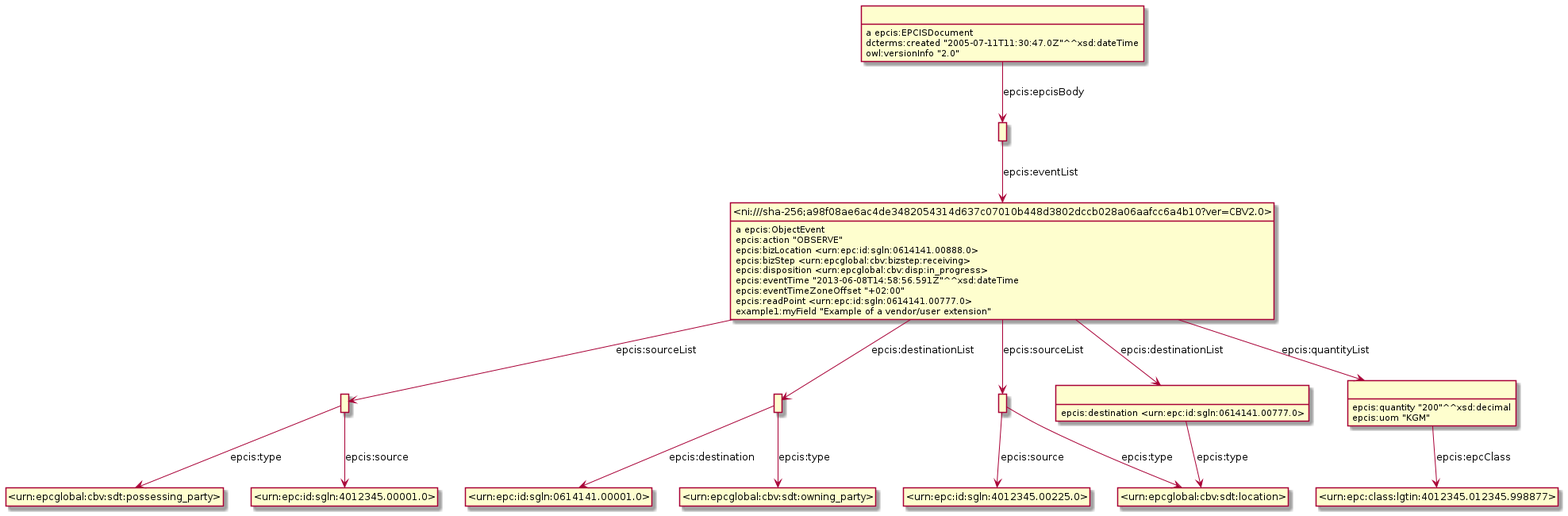
Above: Diagrams/Example_9.6.2-ObjectEvent.png in gs1/EPCIS (PlantUML), before the change.
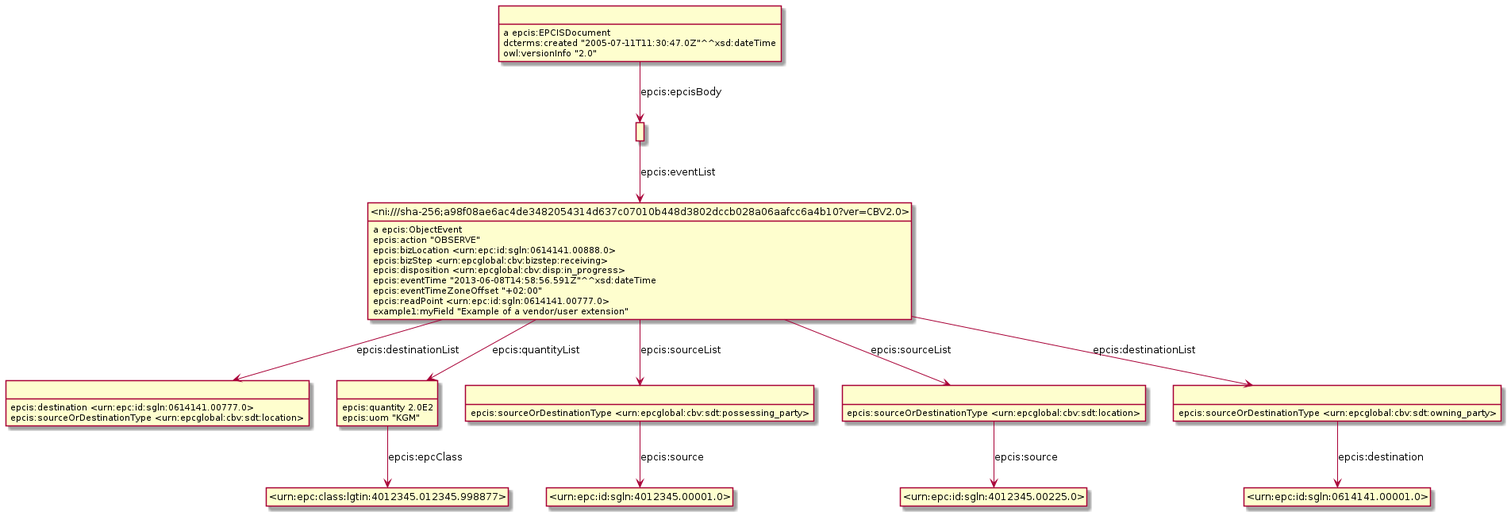
The same file after the commit.

What changed in the source:
```diff
@@ -3,32 +3,32 @@
 hide empty attributes
 hide circle
 skinparam classAttributeIconSize 0
-class _r1623307979r4_ as " "
-class _urn_epcglobal_cbv_sdt_possessing_party_ as "<urn:epcglobal:cbv:sdt:possessing_party>"
-_r1623307979r4_ -down-> _urn_epcglobal_cbv_sdt_possessing_party_ : epcis:type
+class _r1623934079r0_ as " "
+_r1623934079r0_ : epcis:destination <urn:epc:id:sgln:0614141.00777.0>
+_r1623934079r0_ : epcis:sourceOrDestinationType <urn:epcglobal:cbv:sdt:location>
+class _r1623934079r2_ as " "
+class _urn_epc_class_lgtin_4012345_012345_998877_ as "<urn:epc:class:lgtin:4012345.012345.998877>"
+_r1623934079r2_ -down-> _urn_epc_class_lgtin_4012345_012345_998877_ : epcis:epcClass
+_r1623934079r2_ : epcis:quantity 2.0E2
+_r1623934079r2_ : epcis:uom "KGM"
+class _r1623934079r6_ as " "
+class _ni_sha_256_a98f08ae6ac4de3482054314d637c07010b448d3802dccb028a06aafcc6a4b10_ver_CBV2_0_ as "<ni:///sha-256;a98f08ae6ac4de3482054314d637c07010b448d3802dccb028a06aafcc6a4b10?ver=CBV2.0>"
+_r1623934079r6_ -down-> _ni_sha_256_a98f08ae6ac4de3482054314d637c07010b448d3802dccb028a06aafcc6a4b10_ver_CBV2_0_ : epcis:eventList
+class _r1623934079r4_ as " "
 class _urn_epc_id_sgln_4012345_00001_0_ as "<urn:epc:id:sgln:4012345.00001.0>"
-_r1623307979r4_ -down-> _urn_epc_id_sgln_4012345_00001_0_ : epcis:source
-class _r1623307979r6_ as " "
-class _ni_sha_256_a98f08ae6ac4de3482054314d637c07010b448d3802dccb028a06aafcc6a4b10_ver_CBV2_0_ as "<ni:///sha-256;a98f08ae6ac4de3482054314d637c07010b448d3802dccb028a06aafcc6a4b10?ver=CBV2.0>"
-_r1623307979r6_ -down-> _ni_sha_256_a98f08ae6ac4de3482054314d637c07010b448d3802dccb028a06aafcc6a4b10_ver_CBV2_0_ : epcis:eventList
-class _r1623307979r0_ as " "
-class _urn_epc_id_sgln_0614141_00001_0_ as "<urn:epc:id:sgln:0614141.00001.0>"
-_r1623307979r0_ -down-> _urn_epc_id_sgln_0614141_00001_0_ : epcis:destination
-class _urn_epcglobal_cbv_sdt_owning_party_ as "<urn:epcglobal:cbv:sdt:owning_party>"
-_r1623307979r0_ -down-> _urn_epcglobal_cbv_sdt_owning_party_ : epcis:type
-class _r1623307979r3_ as " "
-class _urn_epcglobal_cbv_sdt_location_ as "<urn:epcglobal:cbv:sdt:location>"
-_r1623307979r3_ -down-> _urn_epcglobal_cbv_sdt_location_ : epcis:type
+_r1623934079r4_ -down-> _urn_epc_id_sgln_4012345_00001_0_ : epcis:source
+_r1623934079r4_ : epcis:sourceOrDestinationType <urn:epcglobal:cbv:sdt:possessing_party>
+class _r1623934079r3_ as " "
 class _urn_epc_id_sgln_4012345_00225_0_ as "<urn:epc:id:sgln:4012345.00225.0>"
-_r1623307979r3_ -down-> _urn_epc_id_sgln_4012345_00225_0_ : epcis:source
+_r1623934079r3_ -down-> _urn_epc_id_sgln_4012345_00225_0_ : epcis:source
+_r1623934079r3_ : epcis:sourceOrDestinationType <urn:epcglobal:cbv:sdt:location>
 _ni_sha_256_a98f08ae6ac4de3482054314d637c07010b448d3802dccb028a06aafcc6a4b10_ver_CBV2_0_ : a epcis:ObjectEvent
-_ni_sha_256_a98f08ae6ac4de3482054314d637c07010b448d3802dccb028a06aafcc6a4b10_ver_CBV2_0_ -down-> _r1623307979r3_ : epcis:sourceList
-class _r1623307979r2_ as " "
-_ni_sha_256_a98f08ae6ac4de3482054314d637c07010b448d3802dccb028a06aafcc6a4b10_ver_CBV2_0_ -down-> _r1623307979r2_ : epcis:quantityList
-_ni_sha_256_a98f08ae6ac4de3482054314d637c07010b448d3802dccb028a06aafcc6a4b10_ver_CBV2_0_ -down-> _r1623307979r0_ : epcis:destinationList
-class _r1623307979r1_ as " "
-_ni_sha_256_a98f08ae6ac4de3482054314d637c07010b448d3802dccb028a06aafcc6a4b10_ver_CBV2_0_ -down-> _r1623307979r1_ : epcis:destinationList
-_ni_sha_256_a98f08ae6ac4de3482054314d637c07010b448d3802dccb028a06aafcc6a4b10_ver_CBV2_0_ -down-> _r1623307979r4_ : epcis:sourceList
+_ni_sha_256_a98f08ae6ac4de3482054314d637c07010b448d3802dccb028a06aafcc6a4b10_ver_CBV2_0_ -down-> _r1623934079r3_ : epcis:sourceList
+_ni_sha_256_a98f08ae6ac4de3482054314d637c07010b448d3802dccb028a06aafcc6a4b10_ver_CBV2_0_ -down-> _r1623934079r4_ : epcis:sourceList
+class _r1623934079r1_ as " "
+_ni_sha_256_a98f08ae6ac4de3482054314d637c07010b448d3802dccb028a06aafcc6a4b10_ver_CBV2_0_ -down-> _r1623934079r1_ : epcis:destinationList
+_ni_sha_256_a98f08ae6ac4de3482054314d637c07010b448d3802dccb028a06aafcc6a4b10_ver_CBV2_0_ -down-> _r1623934079r0_ : epcis:destinationList
+_ni_sha_256_a98f08ae6ac4de3482054314d637c07010b448d3802dccb028a06aafcc6a4b10_ver_CBV2_0_ -down-> _r1623934079r2_ : epcis:quantityList
 _ni_sha_256_a98f08ae6ac4de3482054314d637c07010b448d3802dccb028a06aafcc6a4b10_ver_CBV2_0_ : epcis:action "OBSERVE"
 _ni_sha_256_a98f08ae6ac4de3482054314d637c07010b448d3802dccb028a06aafcc6a4b10_ver_CBV2_0_ : epcis:bizLocation <urn:epc:id:sgln:0614141.00888.0>
 _ni_sha_256_a98f08ae6ac4de3482054314d637c07010b448d3802dccb028a06aafcc6a4b10_ver_CBV2_0_ : epcis:bizStep <urn:epcglobal:cbv:bizstep:receiving>
@@ -37,15 +37,12 @@
 _ni_sha_256_a98f08ae6ac4de3482054314d637c07010b448d3802dccb028a06aafcc6a4b10_ver_CBV2_0_ : epcis:eventTimeZoneOffset "+02:00"
 _ni_sha_256_a98f08ae6ac4de3482054314d637c07010b448d3802dccb028a06aafcc6a4b10_ver_CBV2_0_ : epcis:readPoint <urn:epc:id:sgln:0614141.00777.0>
 _ni_sha_256_a98f08ae6ac4de3482054314d637c07010b448d3802dccb028a06aafcc6a4b10_ver_CBV2_0_ : example1:myField "Example of a vendor/user extension"
-_r1623307979r1_ -down-> _urn_epcglobal_cbv_sdt_location_ : epcis:type
-_r1623307979r1_ : epcis:destination <urn:epc:id:sgln:0614141.00777.0>
-class _r1623307979r5_ as " "
-_r1623307979r5_ : a epcis:EPCISDocument
-_r1623307979r5_ -down-> _r1623307979r6_ : epcis:epcisBody
-_r1623307979r5_ : dcterms:created "2005-07-11T11:30:47.0Z"^^xsd:dateTime
-_r1623307979r5_ : owl:versionInfo "2.0"
-class _urn_epc_class_lgtin_4012345_012345_998877_ as "<urn:epc:class:lgtin:4012345.012345.998877>"
-_r1623307979r2_ -down-> _urn_epc_class_lgtin_4012345_012345_998877_ : epcis:epcClass
-_r1623307979r2_ : epcis:quantity "200"^^xsd:decimal
-_r1623307979r2_ : epcis:uom "KGM"
+class _urn_epc_id_sgln_0614141_00001_0_ as "<urn:epc:id:sgln:0614141.00001.0>"
+_r1623934079r1_ -down-> _urn_epc_id_sgln_0614141_00001_0_ : epcis:destination
+_r1623934079r1_ : epcis:sourceOrDestinationType <urn:epcglobal:cbv:sdt:owning_party>
+class _r1623934079r5_ as " "
+_r1623934079r5_ : a epcis:EPCISDocument
+_r1623934079r5_ -down-> _r1623934079r6_ : epcis:epcisBody
+_r1623934079r5_ : dcterms:created "2005-07-11T11:30:47.0Z"^^xsd:dateTime
+_r1623934079r5_ : owl:versionInfo "2.0"
 @enduml
```
